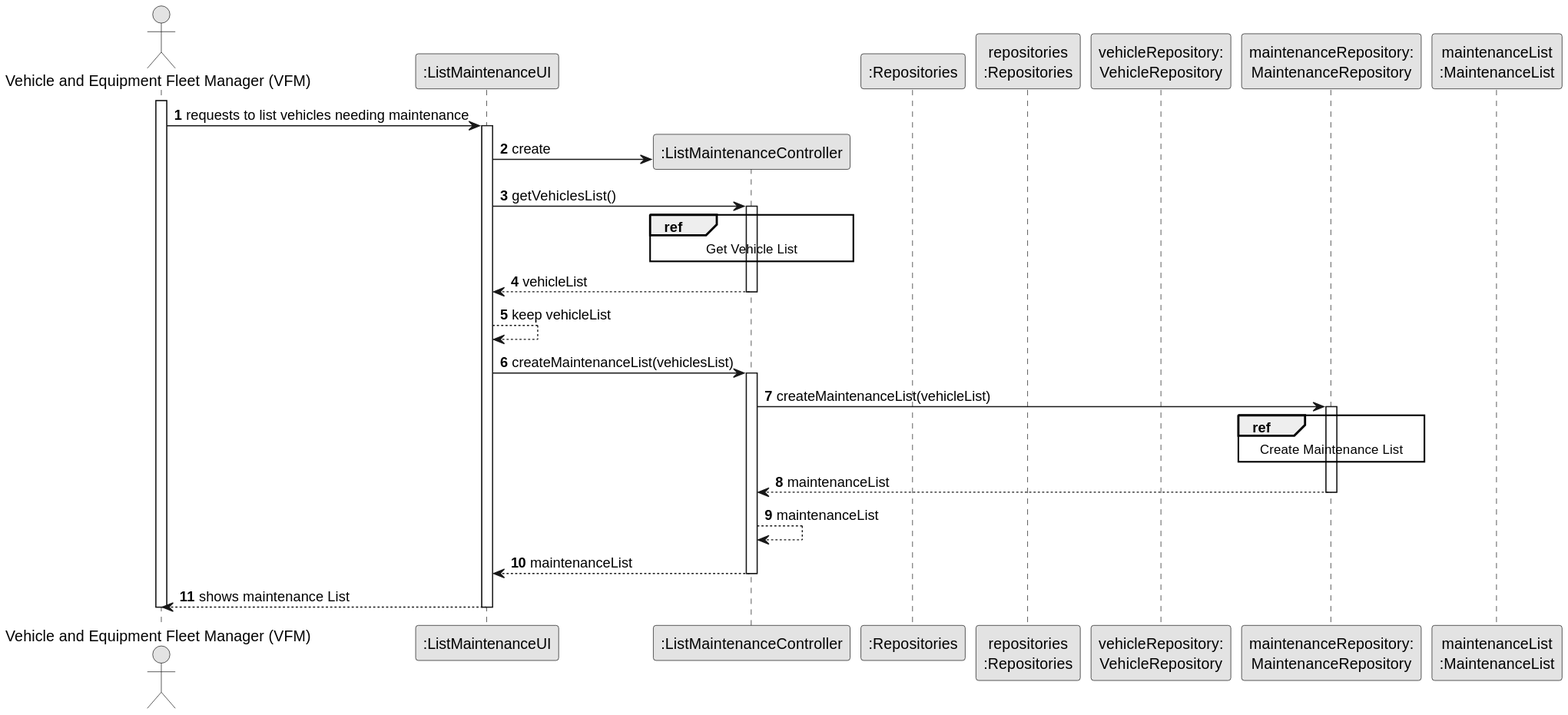
Above: docs/sprintB/us008/03.design/svg/us008-sequence-diagram-split.svg in RicardoMorim/lapr2-ISEP-Project (PlantUML), before the change.
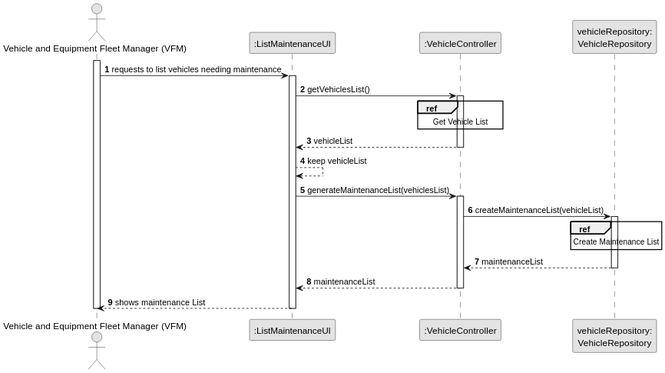
After the change.

Commit message:
updated the split sequence diagrams of the us008

What changed in the source:
```diff
@@ -8,18 +8,12 @@
 
 actor "Vehicle and Equipment Fleet Manager (VFM)" as VFM
 participant ":ListMaintenanceUI" as UI
-participant ":ListMaintenanceController" as CTRL
-participant ":Repositories" as RepositorySingleton
-participant "repositories\n:Repositories" as PLAT
+participant ":VehicleController" as CTRL
 participant "vehicleRepository:\nVehicleRepository" as VehicleRepository
-participant "maintenanceRepository:\nMaintenanceRepository" as MaintenanceRepository
-participant "maintenanceList\n:MaintenanceList" as MaintenanceList
 activate VFM
 
     VFM -> UI : requests to list vehicles needing maintenance
     activate UI
-
-        UI -> CTRL** : create
 
         UI -> CTRL : getVehiclesList()
         activate CTRL
@@ -33,21 +27,18 @@
 
         UI --> UI : keep vehicleList
 
-        UI -> CTRL : createMaintenanceList(vehiclesList)
+        UI -> CTRL : generateMaintenanceList(vehiclesList)
         activate CTRL
 
-        CTRL -> MaintenanceRepository: createMaintenanceList(vehicleList)
-        activate MaintenanceRepository
+        CTRL -> VehicleRepository: createMaintenanceList(vehicleList)
+        activate VehicleRepository
 
-            ref over MaintenanceRepository
+            ref over VehicleRepository
                 Create Maintenance List
             end ref
 
-        MaintenanceRepository --> CTRL: maintenanceList
-        deactivate MaintenanceRepository
-
-        CTRL --> CTRL : maintenanceList
-
+        VehicleRepository --> CTRL: maintenanceList
+        deactivate VehicleRepository
 
             CTRL --> UI : maintenanceList
         deactivate CTRL
```
